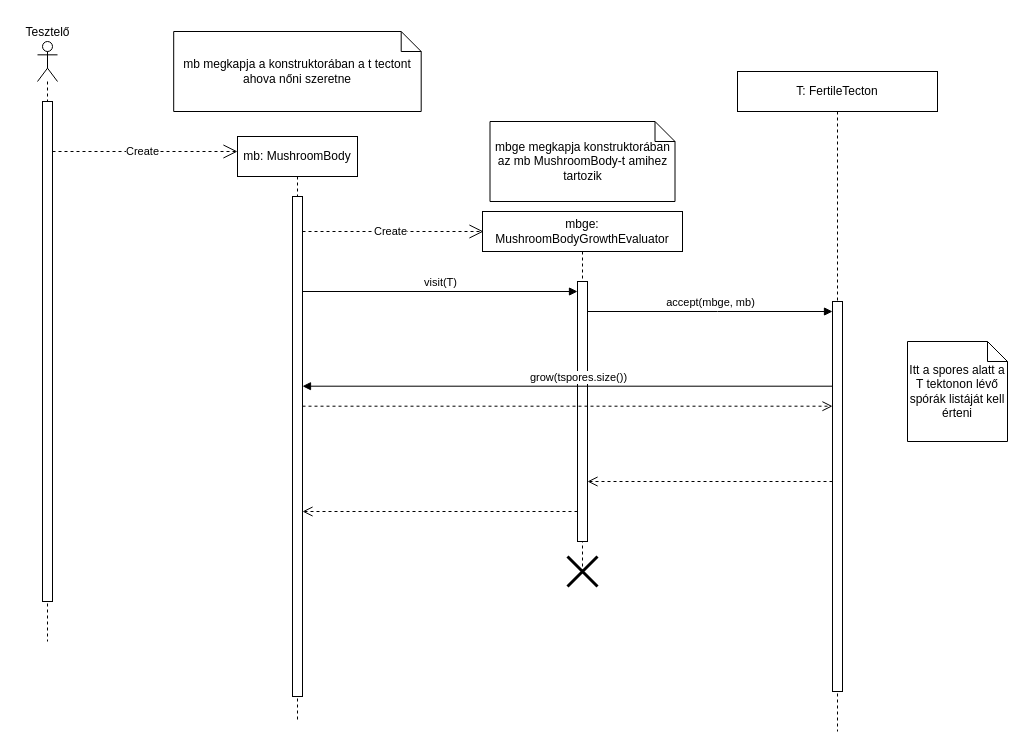
This is page "5.3.9.MBGrowFertileSeq" (5 of 29) of 6_szkeleton_beadasa/MyceliumGrow&MushroomBodyGrow Komm és Seq Diagrammok.drawio from koharzsombor/bandITs, a draw.io file, before an edit. Source tidied: cells renumbered, new cells numbered last; positions are measured from the earlier drawing's top-left corner, leaving out a move shared by most shapes. Both pictures are drawn from the tidied source at 100%, with x=0, y=0 at pixel (17, 17).
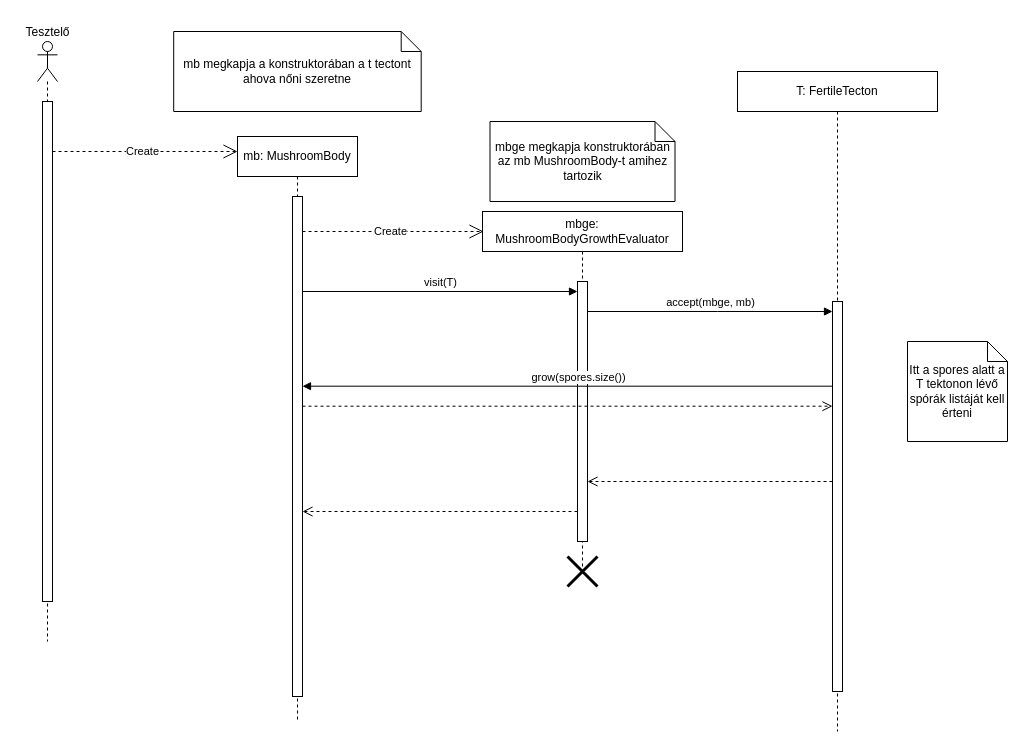
After the change.

Diff of the diagram source:
```diff
@@
-    <mxCell id="12" value="grow(tspores.size())" style="html=1;verticalAlign=bottom;endArrow=block;curved=0;rounded=0;" parent="1" edge="1">
+    <mxCell id="12" value="grow(spores.size())" style="html=1;verticalAlign=bottom;endArrow=block;curved=0;rounded=0;" parent="1" edge="1">
       <mxGeometry x="-0.04" relative="1" as="geometry">
         <mxPoint x="815" y="368.7" as="sourcePoint" />
         <mxPoint x="285" y="368.7" as="targetPoint" />
       </mxGeometry>
     </mxCell>
```
